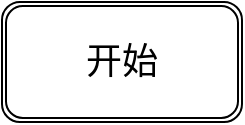
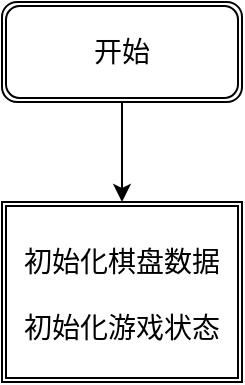
<mxfile host="app.diagrams.net">
  <diagram name="Page-1" id="Ut53iUmTTLsHKbGdxMO9">
    <mxGraphModel dx="2054" dy="1198" grid="1" gridSize="10" guides="1" tooltips="1" connect="1" arrows="1" fold="1" page="1" pageScale="1" pageWidth="827" pageHeight="1169" math="0" shadow="0">
      <root>
        <mxCell id="0" />
        <mxCell id="1" parent="0" />
-         <mxCell id="LBzLqDpE-ghOYlSVNWWL-1" parent="1" style="shape=ext;double=1;rounded=1;whiteSpace=wrap;html=1;" value="&lt;font style=&quot;font-size: 18px;&quot;&gt;开始&lt;/font&gt;" vertex="1">
-           <mxGeometry height="60" width="120" x="354" y="10" as="geometry" />
+         <mxCell id="LBzLqDpE-ghOYlSVNWWL-3" edge="1" parent="1" source="LBzLqDpE-ghOYlSVNWWL-1" style="edgeStyle=orthogonalEdgeStyle;rounded=0;orthogonalLoop=1;jettySize=auto;html=1;exitX=0.5;exitY=1;exitDx=0;exitDy=0;entryX=0.5;entryY=0;entryDx=0;entryDy=0;" target="LBzLqDpE-ghOYlSVNWWL-2">
+           <mxGeometry relative="1" as="geometry" />
+         </mxCell>
+         <mxCell id="LBzLqDpE-ghOYlSVNWWL-1" parent="1" style="shape=ext;double=1;rounded=1;whiteSpace=wrap;html=1;" value="&lt;font style=&quot;font-size: 14px;&quot;&gt;开始&lt;/font&gt;" vertex="1">
+           <mxGeometry height="50" width="120" x="354" y="10" as="geometry" />
+         </mxCell>
+         <mxCell id="LBzLqDpE-ghOYlSVNWWL-2" parent="1" style="shape=ext;double=1;rounded=0;whiteSpace=wrap;html=1;" value="&lt;div&gt;&lt;font style=&quot;font-size: 14px;&quot;&gt;&lt;br&gt;&lt;/font&gt;&lt;/div&gt;&lt;font style=&quot;font-size: 14px;&quot;&gt;初始化棋盘数据&lt;/font&gt;&lt;div&gt;&lt;span style=&quot;font-size: 14px;&quot;&gt;&lt;br&gt;&lt;/span&gt;&lt;div&gt;&lt;font style=&quot;font-size: 14px;&quot;&gt;初始化游戏状态&lt;/font&gt;&lt;/div&gt;&lt;div&gt;&lt;div&gt;&lt;br&gt;&lt;/div&gt;&lt;/div&gt;&lt;/div&gt;" vertex="1">
+           <mxGeometry height="90" width="120" x="354" y="110" as="geometry" />
        </mxCell>
      </root>
    </mxGraphModel>
  </diagram>
</mxfile>
